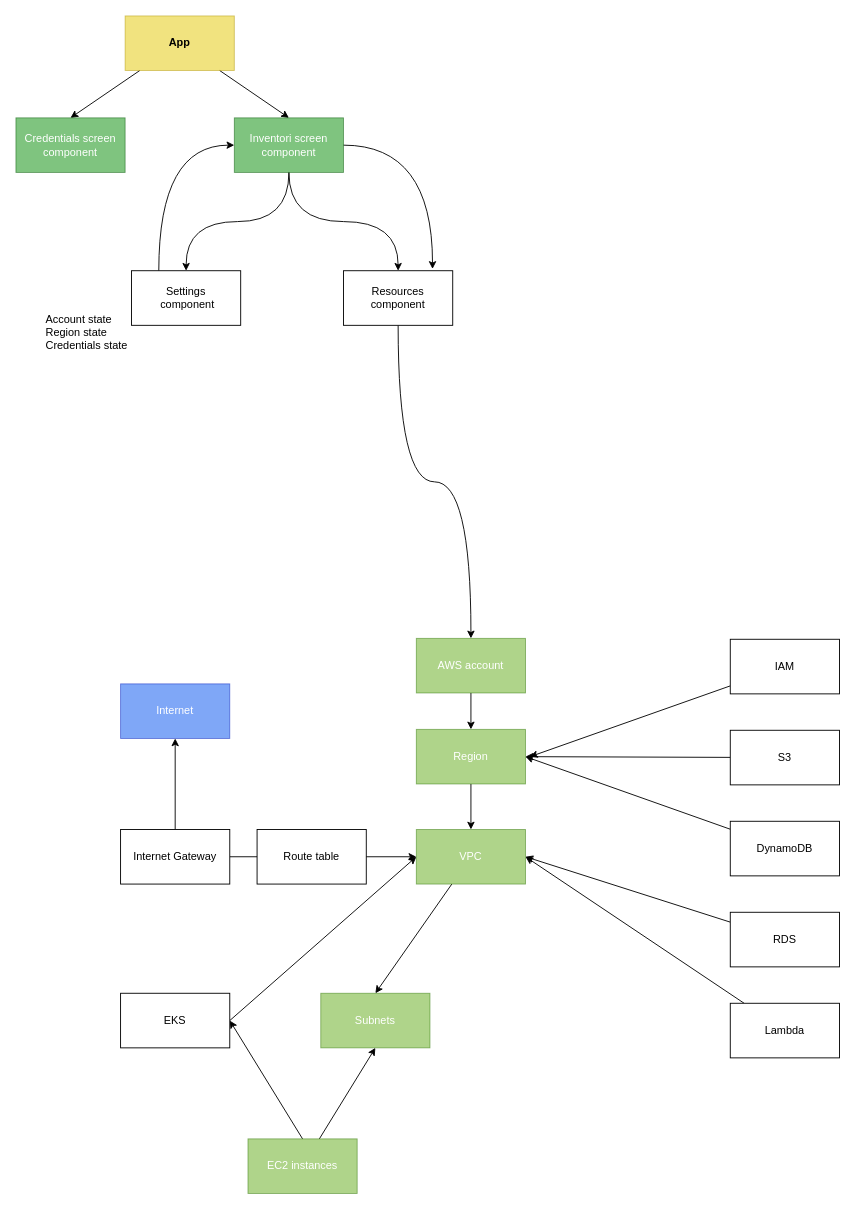
bartbriek/inventori keeps this draw.io diagram as page "Frontend" (2 of 2) of frontend-infrastructure.drawio. Above is the earlier version. Source tidied: cells renumbered, new cells numbered last; positions are measured from the earlier drawing's top-left corner, leaving out a move shared by most shapes. Both pictures are drawn from the tidied source at 91%, with x=0, y=0 at pixel (15, 15).
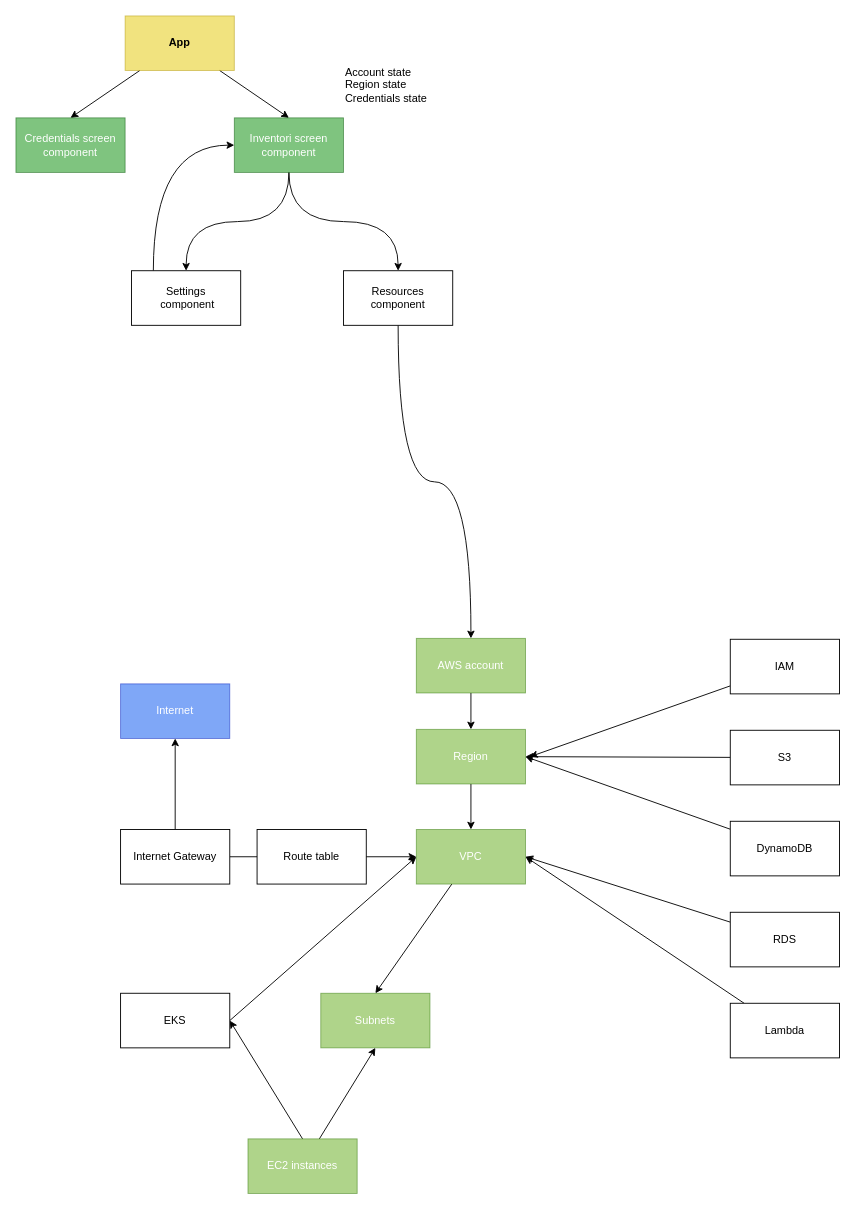
After the change.

The change refers to these unchanged cells:
```xml
<mxCell id="35" value="Inventori screen component" style="rounded=0;whiteSpace=wrap;html=1;fillColor=#008a00;fontColor=#ffffff;strokeColor=#005700;opacity=50;" parent="1" vertex="1">
  <mxGeometry x="240" y="112" width="120" height="60" as="geometry" />
</mxCell>
<mxCell id="38" value="Settings&lt;br&gt;&amp;nbsp;component" style="rounded=0;whiteSpace=wrap;html=1;" parent="1" vertex="1">
  <mxGeometry x="127" y="280" width="120" height="60" as="geometry" />
</mxCell>
<mxCell id="40" value="Resources component" style="rounded=0;whiteSpace=wrap;html=1;" parent="1" vertex="1">
  <mxGeometry x="360" y="280" width="120" height="60" as="geometry" />
</mxCell>
```

Change to the diagram source:
```diff
@@
-    <mxCell id="34" style="edgeStyle=orthogonalEdgeStyle;curved=1;html=1;entryX=0.815;entryY=-0.033;entryDx=0;entryDy=0;entryPerimeter=0;startArrow=none;startFill=0;exitX=1;exitY=0.5;exitDx=0;exitDy=0;" parent="1" edge="1" source="35" target="40">
-      <mxGeometry relative="1" as="geometry" />
-    </mxCell>
@@
-    <mxCell id="37" style="edgeStyle=orthogonalEdgeStyle;curved=1;html=1;entryX=0;entryY=0.5;entryDx=0;entryDy=0;startArrow=none;startFill=0;exitX=0.25;exitY=0;exitDx=0;exitDy=0;" parent="1" edge="1" source="38" target="35">
+    <mxCell id="37" style="edgeStyle=orthogonalEdgeStyle;curved=1;html=1;entryX=0;entryY=0.5;entryDx=0;entryDy=0;exitX=0.2;exitY=0;exitDx=0;exitDy=0;exitPerimeter=0;" parent="1" edge="1" source="38" target="35">
       <mxGeometry relative="1" as="geometry" />
     </mxCell>
@@
     <mxCell id="41" value="Account state&lt;br&gt;Region state&lt;br&gt;Credentials state" style="text;html=1;strokeColor=none;fillColor=none;align=left;verticalAlign=middle;whiteSpace=wrap;rounded=0;opacity=50;" parent="1" vertex="1">
-      <mxGeometry x="31" y="312" width="115" height="72" as="geometry" />
+      <mxGeometry x="360" y="40" width="115" height="72" as="geometry" />
     </mxCell>
```
